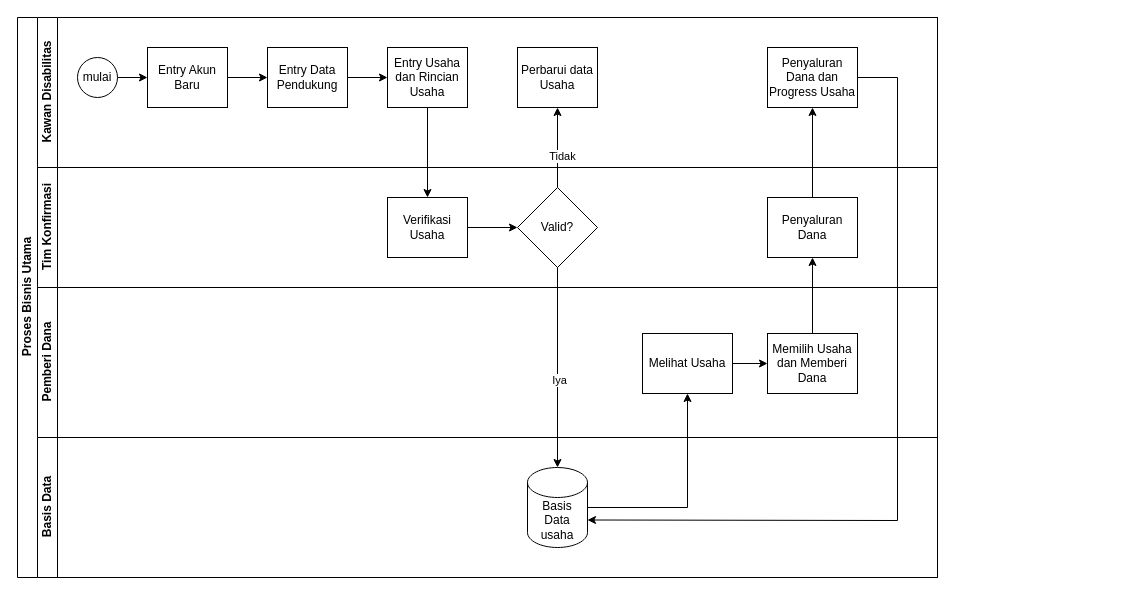
This is Untitled Diagram.drawio from attaf-riski/bookorama-next, a draw.io file, before an edit. Source tidied: cells renumbered, new cells numbered last; positions are measured from the earlier drawing's top-left corner, leaving out a move shared by most shapes. Both pictures are drawn from the tidied source at 100%, with x=0, y=0 at pixel (17, 17).
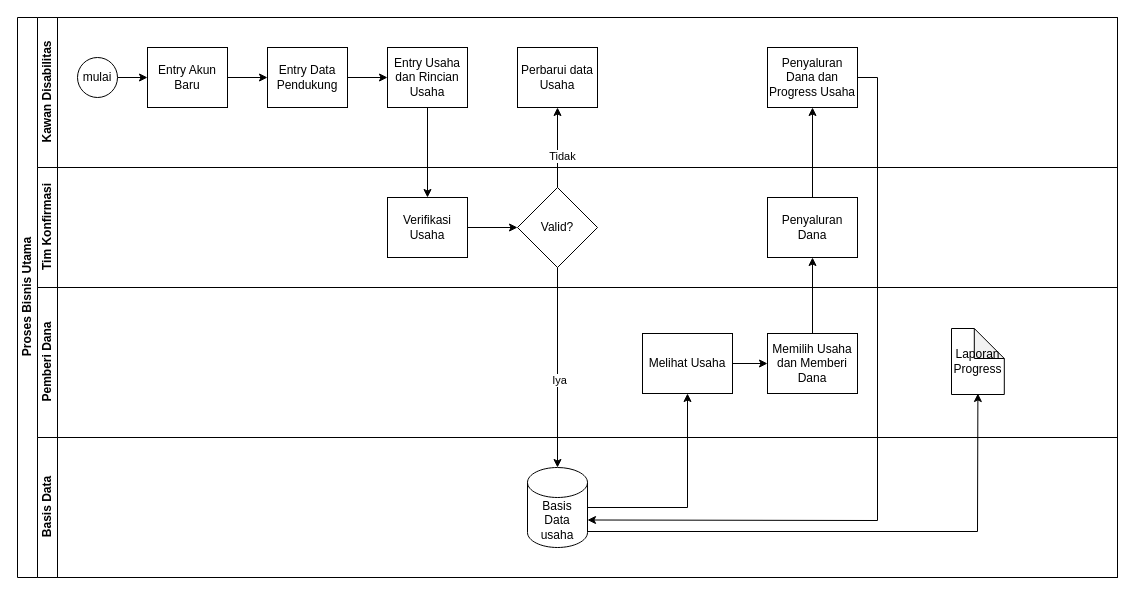
The same page after the edit.

Commit message:
^ update add laporan progress

The change refers to these unchanged cells:
```xml
<mxCell id="12" value="Penyaluran Dana dan Progress Usaha" style="rounded=0;whiteSpace=wrap;html=1;" parent="3" vertex="1">
  <mxGeometry x="730" y="30" width="90" height="60" as="geometry" />
</mxCell>
<mxCell id="23" value="Basis Data usaha" style="shape=cylinder3;whiteSpace=wrap;html=1;boundedLbl=1;backgroundOutline=1;size=15;" parent="22" vertex="1">
  <mxGeometry x="490" y="30" width="60" height="80" as="geometry" />
</mxCell>
```

The edit, as a diff of the source:
```diff
@@
     <mxCell id="2" value="Proses Bisnis Utama" style="swimlane;html=1;horizontal=0;startSize=20;" parent="1" vertex="1">
-      <mxGeometry width="920" height="560" as="geometry" />
+      <mxGeometry width="1100" height="560" as="geometry" />
     </mxCell>
     <mxCell id="3" value="Kawan Disabilitas" style="swimlane;html=1;startSize=20;horizontal=0;" parent="2" vertex="1">
-      <mxGeometry x="20" width="900" height="150" as="geometry" />
+      <mxGeometry x="20" width="1080" height="150" as="geometry" />
     </mxCell>
@@
     <mxCell id="13" value="Tim Konfirmasi" style="swimlane;html=1;startSize=20;horizontal=0;" parent="2" vertex="1">
-      <mxGeometry x="20" y="150" width="900" height="120" as="geometry" />
+      <mxGeometry x="20" y="150" width="1080" height="120" as="geometry" />
     </mxCell>
@@
     <mxCell id="18" value="Pemberi Dana" style="swimlane;horizontal=0;html=1;startSize=20;" parent="2" vertex="1">
-      <mxGeometry x="20" y="270" width="900" height="150" as="geometry" />
+      <mxGeometry x="20" y="270" width="1080" height="150" as="geometry" />
     </mxCell>
@@
+    <mxCell id="33" value="Laporan Progress" style="shape=note;whiteSpace=wrap;html=1;backgroundOutline=1;darkOpacity=0.05;" parent="18" vertex="1">
+      <mxGeometry x="914" y="41" width="52.8" height="66" as="geometry" />
+    </mxCell>
     <mxCell id="22" value="Basis Data" style="swimlane;html=1;startSize=20;horizontal=0;" parent="2" vertex="1">
-      <mxGeometry x="20" y="420" width="900" height="140" as="geometry" />
+      <mxGeometry x="20" y="420" width="1080" height="140" as="geometry" />
     </mxCell>
@@
+    <mxCell id="34" style="endArrow=classic;html=1;rounded=0;entryX=0.5;entryY=1;entryDx=0;entryDy=0;entryPerimeter=0;exitX=1;exitY=1;exitDx=0;exitDy=-15;exitPerimeter=0;" parent="22" edge="1">
+      <mxGeometry relative="1" as="geometry">
+        <mxPoint x="550" y="94" as="sourcePoint" />
+        <mxPoint x="940.4" y="-44" as="targetPoint" />
+        <Array as="points">
+          <mxPoint x="940" y="94" />
+        </Array>
+      </mxGeometry>
+    </mxCell>
@@
     <mxCell id="32" style="endArrow=classic;html=1;rounded=0;exitX=1;exitY=0.5;exitDx=0;exitDy=0;entryX=1;entryY=0;entryDx=0;entryDy=52.5;entryPerimeter=0;" parent="2" edge="1" source="12" target="23">
       <mxGeometry relative="1" as="geometry">
         <Array as="points">
-          <mxPoint x="880" y="60" />
-          <mxPoint x="880" y="503" />
+          <mxPoint x="860" y="60" />
+          <mxPoint x="860" y="503" />
         </Array>
       </mxGeometry>
     </mxCell>
```
